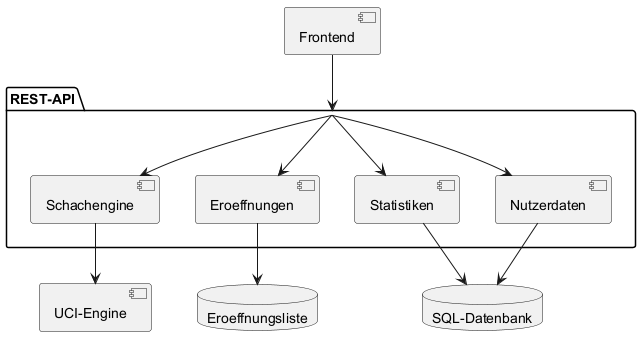
This is images/diagrams/components.png from MaarxS/chess-opening-training-paper, a PlantUML export, as it was before one commit.
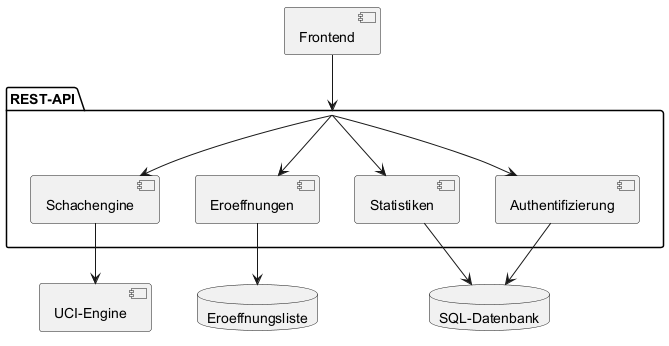
After the commit.

Commit message:
add chapter Architektur > Authentifizierung

What changed in the source:
```diff
@@ -3,7 +3,7 @@
 package "REST-API" as API {
   [Schachengine]
   [Eroeffnungen]
-  [Nutzerdaten]
+  [Authentifizierung]
   [Statistiken]
 }
 [UCI-Engine] as uci
@@ -13,12 +13,12 @@
 Frontend --> API
 API --> Schachengine
 API --> Eroeffnungen
-API --> Nutzerdaten
+API --> Authentifizierung
 API --> Statistiken
 
 Schachengine --> uci
 Eroeffnungen --> liste
-Nutzerdaten --> sql
+Authentifizierung --> sql
 Statistiken --> sql
 
 @enduml
```
